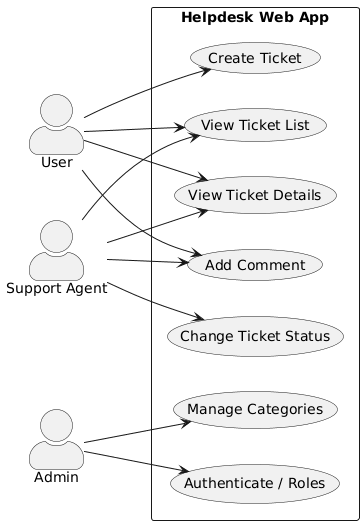
Above: static/assets/labs/lab-1/usecase.png in pliffdax/IO-35_appRECORD-StepanovOleksandr-FIOT-2026 (PlantUML), before the change.
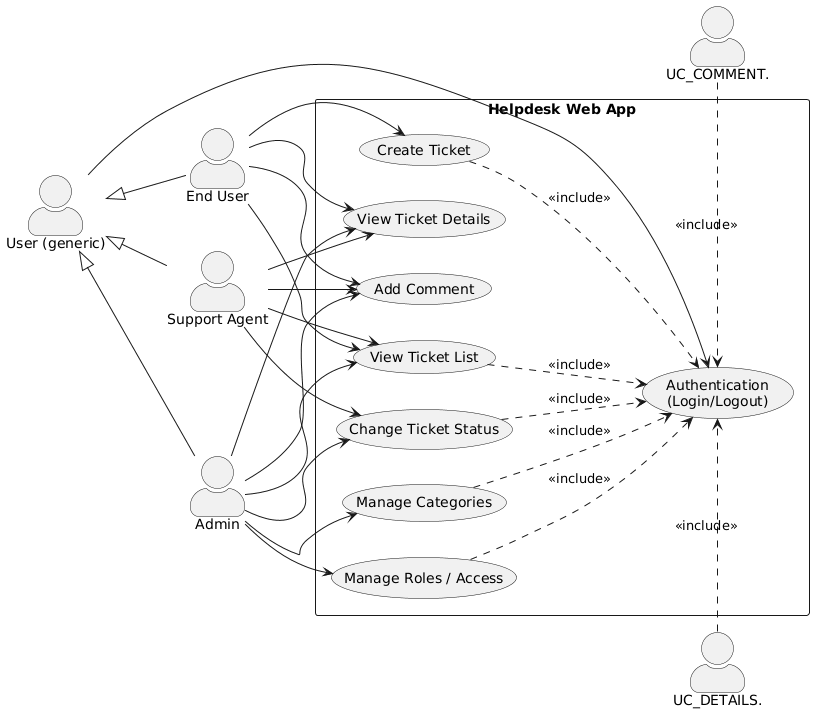
The same file after the commit.

Commit message:
docs: updated usecase diagram

What changed in the source:
```diff
@@ -3,30 +3,52 @@
 skinparam shadowing false
 skinparam actorStyle awesome
 
-actor User
+actor "User (generic)" as Base
+actor "End User" as User
 actor "Support Agent" as Agent
-actor Admin
+actor "Admin" as Admin
+
+Base <|-- User
+Base <|-- Agent
+Base <|-- Admin
 
 rectangle "Helpdesk Web App" {
-  usecase "Create Ticket" as UC1
-  usecase "View Ticket List" as UC2
-  usecase "View Ticket Details" as UC3
-  usecase "Add Comment" as UC4
-  usecase "Change Ticket Status" as UC5
-  usecase "Manage Categories" as UC6
-  usecase "Authenticate / Roles" as UC7
+  usecase "Authentication\n(Login/Logout)" as UC_AUTH
+
+  usecase "View Ticket List" as UC_LIST
+  usecase "View Ticket Details" as UC_DETAILS
+  usecase "Create Ticket" as UC_CREATE
+  usecase "Add Comment" as UC_COMMENT
+
+  usecase "Change Ticket Status" as UC_STATUS
+  usecase "Manage Categories" as UC_CATS
+  usecase "Manage Roles / Access" as UC_ROLES
 }
 
-User --> UC1
-User --> UC2
-User --> UC3
-User --> UC4
+Base --> UC_AUTH
 
-Agent --> UC2
-Agent --> UC3
-Agent --> UC4
-Agent --> UC5
+User --> UC_CREATE
+User --> UC_LIST
+User --> UC_DETAILS
+User --> UC_COMMENT
 
-Admin --> UC6
-Admin --> UC7
+Agent --> UC_LIST
+Agent --> UC_DETAILS
+Agent --> UC_COMMENT
+Agent --> UC_STATUS
+
+Admin --> UC_LIST
+Admin --> UC_DETAILS
+Admin --> UC_COMMENT
+Admin --> UC_STATUS
+Admin --> UC_CATS
+Admin --> UC_ROLES
+
+UC_CREATE ..> UC_AUTH : <<include>>
+UC_LIST   ..> UC_AUTH : <<include>>
+UC_DETAILS..> UC_AUTH : <<include>>
+UC_COMMENT..> UC_AUTH : <<include>>
+UC_STATUS ..> UC_AUTH : <<include>>
+UC_CATS   ..> UC_AUTH : <<include>>
+UC_ROLES  ..> UC_AUTH : <<include>>
 @enduml
```
